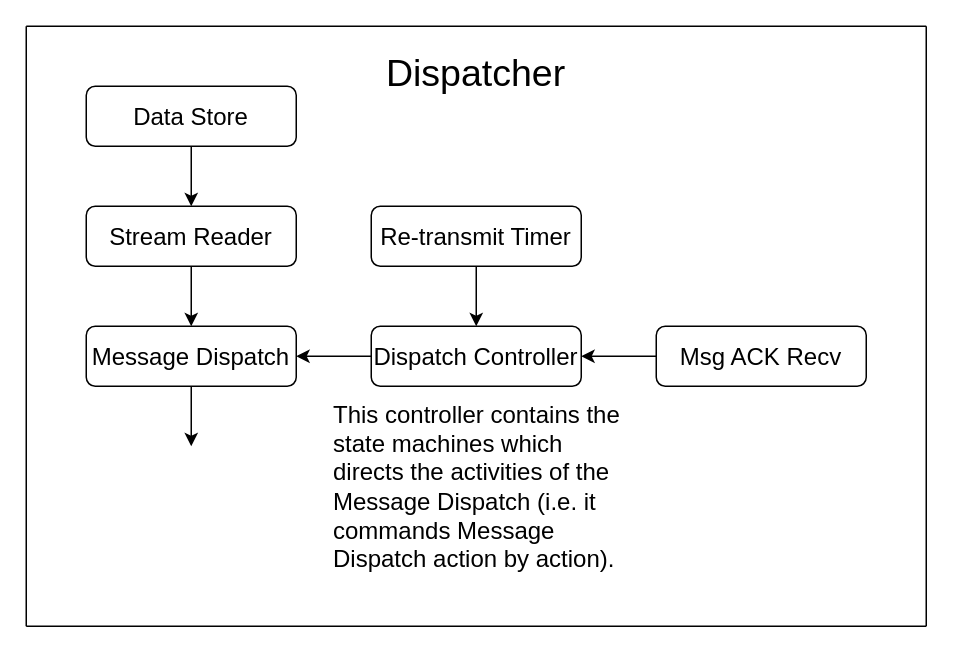
Earlier version of the draw.io diagram page "Stream Reader" (3 of 3) of broker/pics/broker_core.drawio (alwitt/httpmq). Source tidied: cells renumbered, new cells numbered last; positions are measured from the earlier drawing's top-left corner, leaving out a move shared by most shapes. Both pictures are drawn from the tidied source at 150%, with x=0, y=0 at pixel (26, 26).
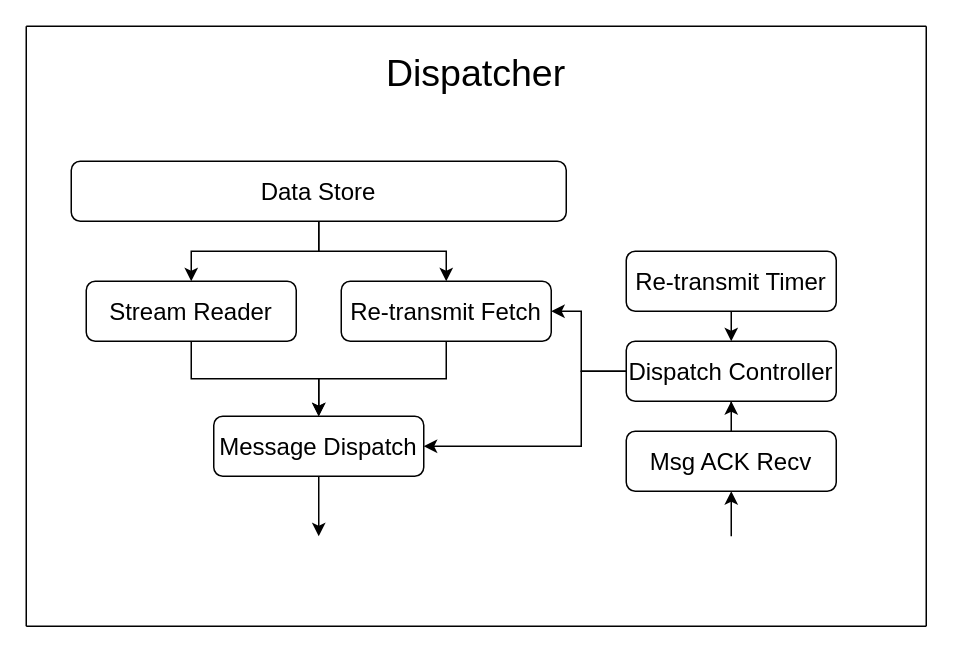
Above is the later version.

Commit message (it also covers changes not shown here):
Defined initial version of message dispatcher

Diff of the diagram source:
```diff
@@
+    <mxCell id="20" style="edgeStyle=orthogonalEdgeStyle;rounded=0;jettySize=auto;html=1;entryX=0.5;entryY=0;entryDx=0;entryDy=0;" parent="1" edge="1" source="3" target="25">
+      <mxGeometry relative="1" as="geometry" />
+    </mxCell>
     <mxCell id="3" value="Data Store" style="rounded=1;whiteSpace=wrap;html=1;fontSize=16;" parent="1" vertex="1">
-      <mxGeometry x="40" y="40" width="140" height="40" as="geometry" />
+      <mxGeometry x="30" y="90" width="330" height="40" as="geometry" />
     </mxCell>
@@
     <mxCell id="5" value="Stream Reader" style="rounded=1;whiteSpace=wrap;html=1;fontSize=16;" parent="1" vertex="1">
-      <mxGeometry x="40" y="120" width="140" height="40" as="geometry" />
+      <mxGeometry x="40" y="170" width="140" height="40" as="geometry" />
     </mxCell>
-    <mxCell id="6" style="edgeStyle=orthogonalEdgeStyle;rounded=0;jettySize=auto;html=1;fontSize=16;" parent="1" edge="1" source="7">
-      <mxGeometry relative="1" as="geometry">
-        <mxPoint x="110" y="280" as="targetPoint" />
-      </mxGeometry>
-    </mxCell>
+    <mxCell id="21" style="edgeStyle=orthogonalEdgeStyle;rounded=0;jettySize=auto;html=1;" parent="1" edge="1" source="7">
+      <mxGeometry relative="1" as="geometry">
+        <mxPoint x="195" y="340" as="targetPoint" />
+      </mxGeometry>
+    </mxCell>
     <mxCell id="7" value="Message Dispatch" style="rounded=1;whiteSpace=wrap;html=1;fontSize=16;" parent="1" vertex="1">
-      <mxGeometry x="40" y="200" width="140" height="40" as="geometry" />
+      <mxGeometry x="125" y="260" width="140" height="40" as="geometry" />
     </mxCell>
+    <mxCell id="22" style="edgeStyle=orthogonalEdgeStyle;rounded=0;jettySize=auto;html=1;entryX=1;entryY=0.5;entryDx=0;entryDy=0;" parent="1" edge="1" source="9" target="25">
+      <mxGeometry relative="1" as="geometry">
+        <Array as="points">
+          <mxPoint x="370" y="230" />
+          <mxPoint x="370" y="190" />
+        </Array>
+      </mxGeometry>
+    </mxCell>
-    <mxCell id="8" style="edgeStyle=orthogonalEdgeStyle;rounded=0;jettySize=auto;html=1;entryX=1;entryY=0.5;entryDx=0;entryDy=0;fontSize=16;" parent="1" edge="1" source="9" target="7">
-      <mxGeometry relative="1" as="geometry" />
+    <mxCell id="8" style="edgeStyle=orthogonalEdgeStyle;rounded=0;jettySize=auto;html=1;entryX=1;entryY=0.5;entryDx=0;entryDy=0;exitX=0;exitY=0.5;exitDx=0;exitDy=0;" parent="1" edge="1" source="9" target="7">
+      <mxGeometry relative="1" as="geometry">
+        <Array as="points">
+          <mxPoint x="370" y="230" />
+          <mxPoint x="370" y="280" />
+        </Array>
+      </mxGeometry>
     </mxCell>
     <mxCell id="9" value="Dispatch Controller" style="rounded=1;whiteSpace=wrap;html=1;fontSize=16;" parent="1" vertex="1">
-      <mxGeometry x="230" y="200" width="140" height="40" as="geometry" />
+      <mxGeometry x="400" y="210" width="140" height="40" as="geometry" />
     </mxCell>
-    <mxCell id="10" value="This controller contains the state machines which directs the activities of the Message Dispatch (i.e. it commands Message Dispatch action by action)." style="text;html=1;strokeColor=none;fillColor=none;spacing=5;spacingTop=-20;whiteSpace=wrap;overflow=hidden;rounded=0;fontSize=16;" parent="1" vertex="1">
-      <mxGeometry x="200" y="260" width="210" height="120" as="geometry" />
-    </mxCell>
-    <mxCell id="11" style="edgeStyle=orthogonalEdgeStyle;rounded=0;jettySize=auto;html=1;entryX=0.5;entryY=0;entryDx=0;entryDy=0;fontSize=16;" parent="1" edge="1" source="12" target="9">
+    <mxCell id="11" style="edgeStyle=orthogonalEdgeStyle;rounded=0;jettySize=auto;html=1;exitX=0.5;exitY=1;exitDx=0;exitDy=0;entryX=0.5;entryY=0;entryDx=0;entryDy=0;" parent="1" edge="1" source="12" target="9">
       <mxGeometry relative="1" as="geometry" />
     </mxCell>
     <mxCell id="12" value="Re-transmit Timer" style="rounded=1;whiteSpace=wrap;html=1;fontSize=16;" parent="1" vertex="1">
-      <mxGeometry x="230" y="120" width="140" height="40" as="geometry" />
+      <mxGeometry x="400" y="150" width="140" height="40" as="geometry" />
     </mxCell>
-    <mxCell id="13" style="edgeStyle=orthogonalEdgeStyle;rounded=0;jettySize=auto;html=1;entryX=1;entryY=0.5;entryDx=0;entryDy=0;fontSize=16;" parent="1" edge="1" source="14" target="9">
+    <mxCell id="13" style="edgeStyle=orthogonalEdgeStyle;rounded=0;jettySize=auto;html=1;entryX=0.5;entryY=1;entryDx=0;entryDy=0;" parent="1" edge="1" source="14" target="9">
       <mxGeometry relative="1" as="geometry" />
     </mxCell>
+    <mxCell id="23" style="edgeStyle=orthogonalEdgeStyle;rounded=0;jettySize=auto;html=1;startArrow=classic;startFill=1;endArrow=none;endFill=0;" parent="1" edge="1" source="14">
+      <mxGeometry relative="1" as="geometry">
+        <mxPoint x="470" y="340" as="targetPoint" />
+      </mxGeometry>
+    </mxCell>
     <mxCell id="14" value="Msg ACK Recv" style="rounded=1;whiteSpace=wrap;html=1;fontSize=16;" parent="1" vertex="1">
-      <mxGeometry x="420" y="200" width="140" height="40" as="geometry" />
+      <mxGeometry x="400" y="270" width="140" height="40" as="geometry" />
     </mxCell>
@@
+    <mxCell id="24" style="edgeStyle=orthogonalEdgeStyle;rounded=0;jettySize=auto;html=1;entryX=0.5;entryY=0;entryDx=0;entryDy=0;" parent="1" edge="1" source="25" target="7">
+      <mxGeometry relative="1" as="geometry" />
+    </mxCell>
+    <mxCell id="25" value="Re-transmit Fetch" style="rounded=1;whiteSpace=wrap;html=1;fontSize=16;" parent="1" vertex="1">
+      <mxGeometry x="210" y="170" width="140" height="40" as="geometry" />
+    </mxCell>
```
